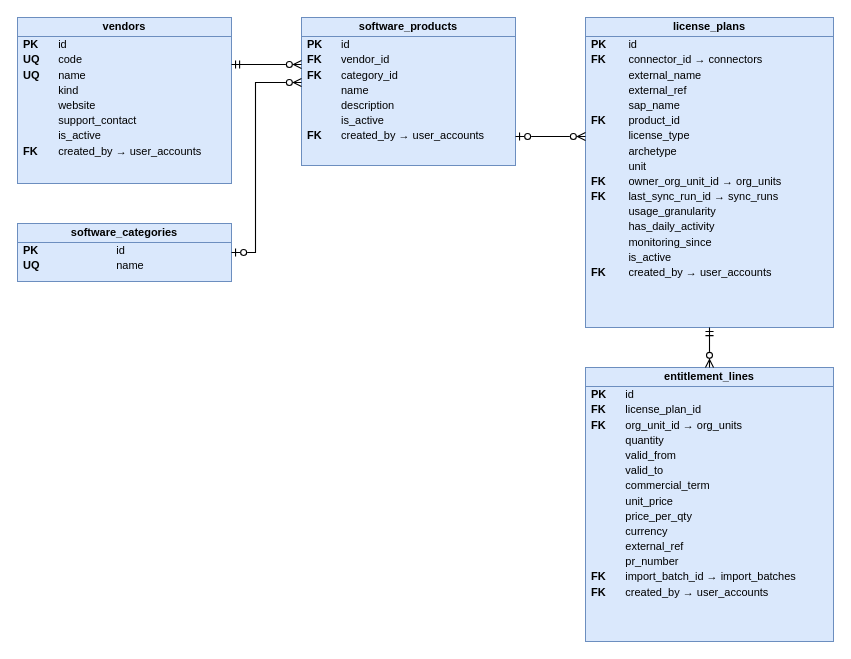
Above: docs/database/diagrams/erd_license_catalog.drawio in cuonglpv/VFast (draw.io), before the change. Source tidied: cells renumbered, new cells numbered last; positions are measured from the earlier drawing's top-left corner, leaving out a move shared by most shapes. Both pictures are drawn from the tidied source at 100%, with x=0, y=0 at pixel (17, 17).
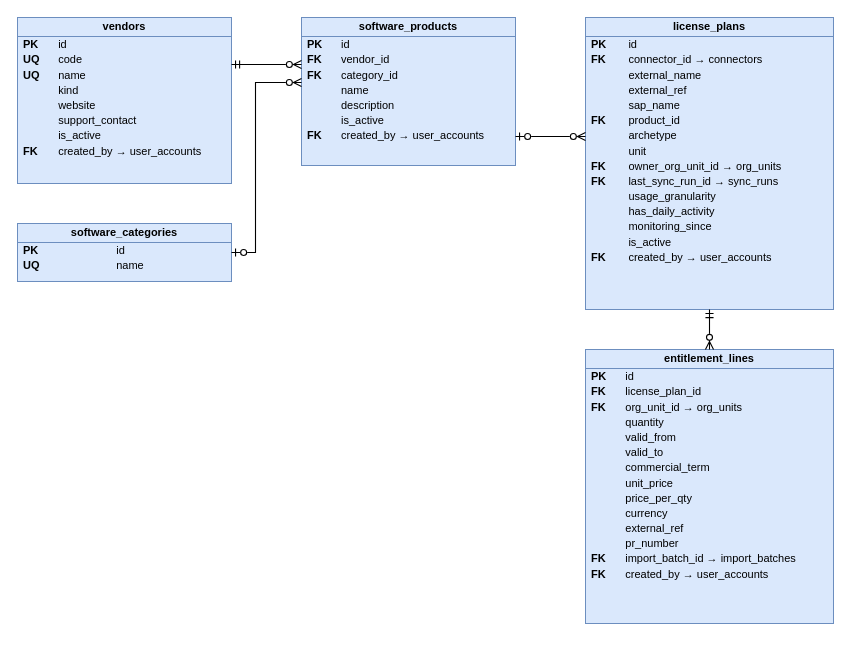
After the change.

Change to the diagram source:
```diff
@@
 <mxGraphModel>
   <root>
     <mxCell id="0" />
     <mxCell id="1" parent="0" />
     <mxCell id="2" value="&lt;div style=&quot;font-weight:bold;text-align:center;padding:3px 0;border-bottom:1px solid #6C8EBF;&quot;&gt;vendors&lt;/div&gt;&lt;table style=&quot;width:100%;font-size:11px;border-collapse:collapse;&quot;&gt;&lt;tr&gt;&lt;td style=&quot;padding:1px 8px 1px 6px;&quot;&gt;&lt;b&gt;PK&lt;/b&gt;&lt;/td&gt;&lt;td style=&quot;padding:1px 6px;&quot;&gt;id&lt;/td&gt;&lt;/tr&gt;&lt;tr&gt;&lt;td style=&quot;padding:1px 8px 1px 6px;&quot;&gt;&lt;b&gt;UQ&lt;/b&gt;&lt;/td&gt;&lt;td style=&quot;padding:1px 6px;&quot;&gt;code&lt;/td&gt;&lt;/tr&gt;&lt;tr&gt;&lt;td style=&quot;padding:1px 8px 1px 6px;&quot;&gt;&lt;b&gt;UQ&lt;/b&gt;&lt;/td&gt;&lt;td style=&quot;padding:1px 6px;&quot;&gt;name&lt;/td&gt;&lt;/tr&gt;&lt;tr&gt;&lt;td style=&quot;padding:1px 8px 1px 6px;&quot;&gt;&lt;b&gt;&lt;/b&gt;&lt;/td&gt;&lt;td style=&quot;padding:1px 6px;&quot;&gt;kind&lt;/td&gt;&lt;/tr&gt;&lt;tr&gt;&lt;td style=&quot;padding:1px 8px 1px 6px;&quot;&gt;&lt;b&gt;&lt;/b&gt;&lt;/td&gt;&lt;td style=&quot;padding:1px 6px;&quot;&gt;website&lt;/td&gt;&lt;/tr&gt;&lt;tr&gt;&lt;td style=&quot;padding:1px 8px 1px 6px;&quot;&gt;&lt;b&gt;&lt;/b&gt;&lt;/td&gt;&lt;td style=&quot;padding:1px 6px;&quot;&gt;support_contact&lt;/td&gt;&lt;/tr&gt;&lt;tr&gt;&lt;td style=&quot;padding:1px 8px 1px 6px;&quot;&gt;&lt;b&gt;&lt;/b&gt;&lt;/td&gt;&lt;td style=&quot;padding:1px 6px;&quot;&gt;is_active&lt;/td&gt;&lt;/tr&gt;&lt;tr&gt;&lt;td style=&quot;padding:1px 8px 1px 6px;&quot;&gt;&lt;b&gt;FK&lt;/b&gt;&lt;/td&gt;&lt;td style=&quot;padding:1px 6px;&quot;&gt;created_by → user_accounts&lt;/td&gt;&lt;/tr&gt;&lt;/table&gt;" style="rounded=0;whiteSpace=wrap;html=1;verticalAlign=top;align=left;spacing=0;overflow=fill;fillColor=#DAE8FC;strokeColor=#6C8EBF;fontSize=11;" parent="1" vertex="1">
       <mxGeometry width="214" height="166" as="geometry" />
     </mxCell>
     <mxCell id="3" value="&lt;div style=&quot;font-weight:bold;text-align:center;padding:3px 0;border-bottom:1px solid #6C8EBF;&quot;&gt;software_categories&lt;/div&gt;&lt;table style=&quot;width:100%;font-size:11px;border-collapse:collapse;&quot;&gt;&lt;tr&gt;&lt;td style=&quot;padding:1px 8px 1px 6px;&quot;&gt;&lt;b&gt;PK&lt;/b&gt;&lt;/td&gt;&lt;td style=&quot;padding:1px 6px;&quot;&gt;id&lt;/td&gt;&lt;/tr&gt;&lt;tr&gt;&lt;td style=&quot;padding:1px 8px 1px 6px;&quot;&gt;&lt;b&gt;UQ&lt;/b&gt;&lt;/td&gt;&lt;td style=&quot;padding:1px 6px;&quot;&gt;name&lt;/td&gt;&lt;/tr&gt;&lt;/table&gt;" style="rounded=0;whiteSpace=wrap;html=1;verticalAlign=top;align=left;spacing=0;overflow=fill;fillColor=#DAE8FC;strokeColor=#6C8EBF;fontSize=11;" parent="1" vertex="1">
       <mxGeometry y="206" width="214" height="58" as="geometry" />
     </mxCell>
     <mxCell id="4" value="&lt;div style=&quot;font-weight:bold;text-align:center;padding:3px 0;border-bottom:1px solid #6C8EBF;&quot;&gt;software_products&lt;/div&gt;&lt;table style=&quot;width:100%;font-size:11px;border-collapse:collapse;&quot;&gt;&lt;tr&gt;&lt;td style=&quot;padding:1px 8px 1px 6px;&quot;&gt;&lt;b&gt;PK&lt;/b&gt;&lt;/td&gt;&lt;td style=&quot;padding:1px 6px;&quot;&gt;id&lt;/td&gt;&lt;/tr&gt;&lt;tr&gt;&lt;td style=&quot;padding:1px 8px 1px 6px;&quot;&gt;&lt;b&gt;FK&lt;/b&gt;&lt;/td&gt;&lt;td style=&quot;padding:1px 6px;&quot;&gt;vendor_id&lt;/td&gt;&lt;/tr&gt;&lt;tr&gt;&lt;td style=&quot;padding:1px 8px 1px 6px;&quot;&gt;&lt;b&gt;FK&lt;/b&gt;&lt;/td&gt;&lt;td style=&quot;padding:1px 6px;&quot;&gt;category_id&lt;/td&gt;&lt;/tr&gt;&lt;tr&gt;&lt;td style=&quot;padding:1px 8px 1px 6px;&quot;&gt;&lt;b&gt;&lt;/b&gt;&lt;/td&gt;&lt;td style=&quot;padding:1px 6px;&quot;&gt;name&lt;/td&gt;&lt;/tr&gt;&lt;tr&gt;&lt;td style=&quot;padding:1px 8px 1px 6px;&quot;&gt;&lt;b&gt;&lt;/b&gt;&lt;/td&gt;&lt;td style=&quot;padding:1px 6px;&quot;&gt;description&lt;/td&gt;&lt;/tr&gt;&lt;tr&gt;&lt;td style=&quot;padding:1px 8px 1px 6px;&quot;&gt;&lt;b&gt;&lt;/b&gt;&lt;/td&gt;&lt;td style=&quot;padding:1px 6px;&quot;&gt;is_active&lt;/td&gt;&lt;/tr&gt;&lt;tr&gt;&lt;td style=&quot;padding:1px 8px 1px 6px;&quot;&gt;&lt;b&gt;FK&lt;/b&gt;&lt;/td&gt;&lt;td style=&quot;padding:1px 6px;&quot;&gt;created_by → user_accounts&lt;/td&gt;&lt;/tr&gt;&lt;/table&gt;" style="rounded=0;whiteSpace=wrap;html=1;verticalAlign=top;align=left;spacing=0;overflow=fill;fillColor=#DAE8FC;strokeColor=#6C8EBF;fontSize=11;" parent="1" vertex="1">
       <mxGeometry x="284" width="214" height="148" as="geometry" />
     </mxCell>
-    <mxCell id="5" value="&lt;div style=&quot;font-weight:bold;text-align:center;padding:3px 0;border-bottom:1px solid #6C8EBF;&quot;&gt;license_plans&lt;/div&gt;&lt;table style=&quot;width:100%;font-size:11px;border-collapse:collapse;&quot;&gt;&lt;tr&gt;&lt;td style=&quot;padding:1px 8px 1px 6px;&quot;&gt;&lt;b&gt;PK&lt;/b&gt;&lt;/td&gt;&lt;td style=&quot;padding:1px 6px;&quot;&gt;id&lt;/td&gt;&lt;/tr&gt;&lt;tr&gt;&lt;td style=&quot;padding:1px 8px 1px 6px;&quot;&gt;&lt;b&gt;FK&lt;/b&gt;&lt;/td&gt;&lt;td style=&quot;padding:1px 6px;&quot;&gt;connector_id → connectors&lt;/td&gt;&lt;/tr&gt;&lt;tr&gt;&lt;td style=&quot;padding:1px 8px 1px 6px;&quot;&gt;&lt;b&gt;&lt;/b&gt;&lt;/td&gt;&lt;td style=&quot;padding:1px 6px;&quot;&gt;external_name&lt;/td&gt;&lt;/tr&gt;&lt;tr&gt;&lt;td style=&quot;padding:1px 8px 1px 6px;&quot;&gt;&lt;b&gt;&lt;/b&gt;&lt;/td&gt;&lt;td style=&quot;padding:1px 6px;&quot;&gt;external_ref&lt;/td&gt;&lt;/tr&gt;&lt;tr&gt;&lt;td style=&quot;padding:1px 8px 1px 6px;&quot;&gt;&lt;b&gt;&lt;/b&gt;&lt;/td&gt;&lt;td style=&quot;padding:1px 6px;&quot;&gt;sap_name&lt;/td&gt;&lt;/tr&gt;&lt;tr&gt;&lt;td style=&quot;padding:1px 8px 1px 6px;&quot;&gt;&lt;b&gt;FK&lt;/b&gt;&lt;/td&gt;&lt;td style=&quot;padding:1px 6px;&quot;&gt;product_id&lt;/td&gt;&lt;/tr&gt;&lt;tr&gt;&lt;td style=&quot;padding:1px 8px 1px 6px;&quot;&gt;&lt;b&gt;&lt;/b&gt;&lt;/td&gt;&lt;td style=&quot;padding:1px 6px;&quot;&gt;license_type&lt;/td&gt;&lt;/tr&gt;&lt;tr&gt;&lt;td style=&quot;padding:1px 8px 1px 6px;&quot;&gt;&lt;b&gt;&lt;/b&gt;&lt;/td&gt;&lt;td style=&quot;padding:1px 6px;&quot;&gt;archetype&lt;/td&gt;&lt;/tr&gt;&lt;tr&gt;&lt;td style=&quot;padding:1px 8px 1px 6px;&quot;&gt;&lt;b&gt;&lt;/b&gt;&lt;/td&gt;&lt;td style=&quot;padding:1px 6px;&quot;&gt;unit&lt;/td&gt;&lt;/tr&gt;&lt;tr&gt;&lt;td style=&quot;padding:1px 8px 1px 6px;&quot;&gt;&lt;b&gt;FK&lt;/b&gt;&lt;/td&gt;&lt;td style=&quot;padding:1px 6px;&quot;&gt;owner_org_unit_id → org_units&lt;/td&gt;&lt;/tr&gt;&lt;tr&gt;&lt;td style=&quot;padding:1px 8px 1px 6px;&quot;&gt;&lt;b&gt;FK&lt;/b&gt;&lt;/td&gt;&lt;td style=&quot;padding:1px 6px;&quot;&gt;last_sync_run_id → sync_runs&lt;/td&gt;&lt;/tr&gt;&lt;tr&gt;&lt;td style=&quot;padding:1px 8px 1px 6px;&quot;&gt;&lt;b&gt;&lt;/b&gt;&lt;/td&gt;&lt;td style=&quot;padding:1px 6px;&quot;&gt;usage_granularity&lt;/td&gt;&lt;/tr&gt;&lt;tr&gt;&lt;td style=&quot;padding:1px 8px 1px 6px;&quot;&gt;&lt;b&gt;&lt;/b&gt;&lt;/td&gt;&lt;td style=&quot;padding:1px 6px;&quot;&gt;has_daily_activity&lt;/td&gt;&lt;/tr&gt;&lt;tr&gt;&lt;td style=&quot;padding:1px 8px 1px 6px;&quot;&gt;&lt;b&gt;&lt;/b&gt;&lt;/td&gt;&lt;td style=&quot;padding:1px 6px;&quot;&gt;monitoring_since&lt;/td&gt;&lt;/tr&gt;&lt;tr&gt;&lt;td style=&quot;padding:1px 8px 1px 6px;&quot;&gt;&lt;b&gt;&lt;/b&gt;&lt;/td&gt;&lt;td style=&quot;padding:1px 6px;&quot;&gt;is_active&lt;/td&gt;&lt;/tr&gt;&lt;tr&gt;&lt;td style=&quot;padding:1px 8px 1px 6px;&quot;&gt;&lt;b&gt;FK&lt;/b&gt;&lt;/td&gt;&lt;td style=&quot;padding:1px 6px;&quot;&gt;created_by → user_accounts&lt;/td&gt;&lt;/tr&gt;&lt;/table&gt;" style="rounded=0;whiteSpace=wrap;html=1;verticalAlign=top;align=left;spacing=0;overflow=fill;fillColor=#DAE8FC;strokeColor=#6C8EBF;fontSize=11;" parent="1" vertex="1">
-      <mxGeometry x="568" width="248" height="310" as="geometry" />
+    <mxCell id="5" value="&lt;div style=&quot;font-weight:bold;text-align:center;padding:3px 0;border-bottom:1px solid #6C8EBF;&quot;&gt;license_plans&lt;/div&gt;&lt;table style=&quot;width:100%;font-size:11px;border-collapse:collapse;&quot;&gt;&lt;tr&gt;&lt;td style=&quot;padding:1px 8px 1px 6px;&quot;&gt;&lt;b&gt;PK&lt;/b&gt;&lt;/td&gt;&lt;td style=&quot;padding:1px 6px;&quot;&gt;id&lt;/td&gt;&lt;/tr&gt;&lt;tr&gt;&lt;td style=&quot;padding:1px 8px 1px 6px;&quot;&gt;&lt;b&gt;FK&lt;/b&gt;&lt;/td&gt;&lt;td style=&quot;padding:1px 6px;&quot;&gt;connector_id → connectors&lt;/td&gt;&lt;/tr&gt;&lt;tr&gt;&lt;td style=&quot;padding:1px 8px 1px 6px;&quot;&gt;&lt;b&gt;&lt;/b&gt;&lt;/td&gt;&lt;td style=&quot;padding:1px 6px;&quot;&gt;external_name&lt;/td&gt;&lt;/tr&gt;&lt;tr&gt;&lt;td style=&quot;padding:1px 8px 1px 6px;&quot;&gt;&lt;b&gt;&lt;/b&gt;&lt;/td&gt;&lt;td style=&quot;padding:1px 6px;&quot;&gt;external_ref&lt;/td&gt;&lt;/tr&gt;&lt;tr&gt;&lt;td style=&quot;padding:1px 8px 1px 6px;&quot;&gt;&lt;b&gt;&lt;/b&gt;&lt;/td&gt;&lt;td style=&quot;padding:1px 6px;&quot;&gt;sap_name&lt;/td&gt;&lt;/tr&gt;&lt;tr&gt;&lt;td style=&quot;padding:1px 8px 1px 6px;&quot;&gt;&lt;b&gt;FK&lt;/b&gt;&lt;/td&gt;&lt;td style=&quot;padding:1px 6px;&quot;&gt;product_id&lt;/td&gt;&lt;/tr&gt;&lt;tr&gt;&lt;td style=&quot;padding:1px 8px 1px 6px;&quot;&gt;&lt;b&gt;&lt;/b&gt;&lt;/td&gt;&lt;td style=&quot;padding:1px 6px;&quot;&gt;archetype&lt;/td&gt;&lt;/tr&gt;&lt;tr&gt;&lt;td style=&quot;padding:1px 8px 1px 6px;&quot;&gt;&lt;b&gt;&lt;/b&gt;&lt;/td&gt;&lt;td style=&quot;padding:1px 6px;&quot;&gt;unit&lt;/td&gt;&lt;/tr&gt;&lt;tr&gt;&lt;td style=&quot;padding:1px 8px 1px 6px;&quot;&gt;&lt;b&gt;FK&lt;/b&gt;&lt;/td&gt;&lt;td style=&quot;padding:1px 6px;&quot;&gt;owner_org_unit_id → org_units&lt;/td&gt;&lt;/tr&gt;&lt;tr&gt;&lt;td style=&quot;padding:1px 8px 1px 6px;&quot;&gt;&lt;b&gt;FK&lt;/b&gt;&lt;/td&gt;&lt;td style=&quot;padding:1px 6px;&quot;&gt;last_sync_run_id → sync_runs&lt;/td&gt;&lt;/tr&gt;&lt;tr&gt;&lt;td style=&quot;padding:1px 8px 1px 6px;&quot;&gt;&lt;b&gt;&lt;/b&gt;&lt;/td&gt;&lt;td style=&quot;padding:1px 6px;&quot;&gt;usage_granularity&lt;/td&gt;&lt;/tr&gt;&lt;tr&gt;&lt;td style=&quot;padding:1px 8px 1px 6px;&quot;&gt;&lt;b&gt;&lt;/b&gt;&lt;/td&gt;&lt;td style=&quot;padding:1px 6px;&quot;&gt;has_daily_activity&lt;/td&gt;&lt;/tr&gt;&lt;tr&gt;&lt;td style=&quot;padding:1px 8px 1px 6px;&quot;&gt;&lt;b&gt;&lt;/b&gt;&lt;/td&gt;&lt;td style=&quot;padding:1px 6px;&quot;&gt;monitoring_since&lt;/td&gt;&lt;/tr&gt;&lt;tr&gt;&lt;td style=&quot;padding:1px 8px 1px 6px;&quot;&gt;&lt;b&gt;&lt;/b&gt;&lt;/td&gt;&lt;td style=&quot;padding:1px 6px;&quot;&gt;is_active&lt;/td&gt;&lt;/tr&gt;&lt;tr&gt;&lt;td style=&quot;padding:1px 8px 1px 6px;&quot;&gt;&lt;b&gt;FK&lt;/b&gt;&lt;/td&gt;&lt;td style=&quot;padding:1px 6px;&quot;&gt;created_by → user_accounts&lt;/td&gt;&lt;/tr&gt;&lt;/table&gt;" style="rounded=0;whiteSpace=wrap;html=1;verticalAlign=top;align=left;spacing=0;overflow=fill;fillColor=#DAE8FC;strokeColor=#6C8EBF;fontSize=11;" parent="1" vertex="1">
+      <mxGeometry x="568" width="248" height="292" as="geometry" />
     </mxCell>
     <mxCell id="6" value="&lt;div style=&quot;font-weight:bold;text-align:center;padding:3px 0;border-bottom:1px solid #6C8EBF;&quot;&gt;entitlement_lines&lt;/div&gt;&lt;table style=&quot;width:100%;font-size:11px;border-collapse:collapse;&quot;&gt;&lt;tr&gt;&lt;td style=&quot;padding:1px 8px 1px 6px;&quot;&gt;&lt;b&gt;PK&lt;/b&gt;&lt;/td&gt;&lt;td style=&quot;padding:1px 6px;&quot;&gt;id&lt;/td&gt;&lt;/tr&gt;&lt;tr&gt;&lt;td style=&quot;padding:1px 8px 1px 6px;&quot;&gt;&lt;b&gt;FK&lt;/b&gt;&lt;/td&gt;&lt;td style=&quot;padding:1px 6px;&quot;&gt;license_plan_id&lt;/td&gt;&lt;/tr&gt;&lt;tr&gt;&lt;td style=&quot;padding:1px 8px 1px 6px;&quot;&gt;&lt;b&gt;FK&lt;/b&gt;&lt;/td&gt;&lt;td style=&quot;padding:1px 6px;&quot;&gt;org_unit_id → org_units&lt;/td&gt;&lt;/tr&gt;&lt;tr&gt;&lt;td style=&quot;padding:1px 8px 1px 6px;&quot;&gt;&lt;b&gt;&lt;/b&gt;&lt;/td&gt;&lt;td style=&quot;padding:1px 6px;&quot;&gt;quantity&lt;/td&gt;&lt;/tr&gt;&lt;tr&gt;&lt;td style=&quot;padding:1px 8px 1px 6px;&quot;&gt;&lt;b&gt;&lt;/b&gt;&lt;/td&gt;&lt;td style=&quot;padding:1px 6px;&quot;&gt;valid_from&lt;/td&gt;&lt;/tr&gt;&lt;tr&gt;&lt;td style=&quot;padding:1px 8px 1px 6px;&quot;&gt;&lt;b&gt;&lt;/b&gt;&lt;/td&gt;&lt;td style=&quot;padding:1px 6px;&quot;&gt;valid_to&lt;/td&gt;&lt;/tr&gt;&lt;tr&gt;&lt;td style=&quot;padding:1px 8px 1px 6px;&quot;&gt;&lt;b&gt;&lt;/b&gt;&lt;/td&gt;&lt;td style=&quot;padding:1px 6px;&quot;&gt;commercial_term&lt;/td&gt;&lt;/tr&gt;&lt;tr&gt;&lt;td style=&quot;padding:1px 8px 1px 6px;&quot;&gt;&lt;b&gt;&lt;/b&gt;&lt;/td&gt;&lt;td style=&quot;padding:1px 6px;&quot;&gt;unit_price&lt;/td&gt;&lt;/tr&gt;&lt;tr&gt;&lt;td style=&quot;padding:1px 8px 1px 6px;&quot;&gt;&lt;b&gt;&lt;/b&gt;&lt;/td&gt;&lt;td style=&quot;padding:1px 6px;&quot;&gt;price_per_qty&lt;/td&gt;&lt;/tr&gt;&lt;tr&gt;&lt;td style=&quot;padding:1px 8px 1px 6px;&quot;&gt;&lt;b&gt;&lt;/b&gt;&lt;/td&gt;&lt;td style=&quot;padding:1px 6px;&quot;&gt;currency&lt;/td&gt;&lt;/tr&gt;&lt;tr&gt;&lt;td style=&quot;padding:1px 8px 1px 6px;&quot;&gt;&lt;b&gt;&lt;/b&gt;&lt;/td&gt;&lt;td style=&quot;padding:1px 6px;&quot;&gt;external_ref&lt;/td&gt;&lt;/tr&gt;&lt;tr&gt;&lt;td style=&quot;padding:1px 8px 1px 6px;&quot;&gt;&lt;b&gt;&lt;/b&gt;&lt;/td&gt;&lt;td style=&quot;padding:1px 6px;&quot;&gt;pr_number&lt;/td&gt;&lt;/tr&gt;&lt;tr&gt;&lt;td style=&quot;padding:1px 8px 1px 6px;&quot;&gt;&lt;b&gt;FK&lt;/b&gt;&lt;/td&gt;&lt;td style=&quot;padding:1px 6px;&quot;&gt;import_batch_id → import_batches&lt;/td&gt;&lt;/tr&gt;&lt;tr&gt;&lt;td style=&quot;padding:1px 8px 1px 6px;&quot;&gt;&lt;b&gt;FK&lt;/b&gt;&lt;/td&gt;&lt;td style=&quot;padding:1px 6px;&quot;&gt;created_by → user_accounts&lt;/td&gt;&lt;/tr&gt;&lt;/table&gt;" style="rounded=0;whiteSpace=wrap;html=1;verticalAlign=top;align=left;spacing=0;overflow=fill;fillColor=#DAE8FC;strokeColor=#6C8EBF;fontSize=11;" parent="1" vertex="1">
-      <mxGeometry x="568" y="350" width="248" height="274" as="geometry" />
+      <mxGeometry x="568" y="332" width="248" height="274" as="geometry" />
     </mxCell>
     <mxCell id="7" style="html=1;rounded=0;endArrow=ERzeroToMany;endFill=0;startArrow=ERmandOne;startFill=0;strokeColor=#000000;strokeWidth=1.1;" parent="1" edge="1">
       <mxGeometry relative="1" as="geometry">
         <mxPoint x="214" y="47" as="sourcePoint" />
         <mxPoint x="284" y="47" as="targetPoint" />
       </mxGeometry>
     </mxCell>
     <mxCell id="8" style="html=1;rounded=0;endArrow=ERzeroToMany;endFill=0;startArrow=ERzeroToOne;startFill=0;strokeColor=#000000;strokeWidth=1.1;" parent="1" edge="1">
       <mxGeometry relative="1" as="geometry">
         <mxPoint x="214" y="235" as="sourcePoint" />
         <mxPoint x="284" y="65" as="targetPoint" />
         <Array as="points">
           <mxPoint x="238" y="235" />
           <mxPoint x="238" y="65" />
         </Array>
       </mxGeometry>
     </mxCell>
     <mxCell id="9" style="html=1;rounded=0;endArrow=ERzeroToMany;endFill=0;startArrow=ERzeroToOne;startFill=0;strokeColor=#000000;strokeWidth=1.1;" parent="1" edge="1">
       <mxGeometry relative="1" as="geometry">
         <mxPoint x="498" y="119" as="sourcePoint" />
         <mxPoint x="568" y="119" as="targetPoint" />
       </mxGeometry>
     </mxCell>
     <mxCell id="10" style="html=1;rounded=0;endArrow=ERzeroToMany;endFill=0;startArrow=ERmandOne;startFill=0;strokeColor=#000000;strokeWidth=1.1;" parent="1" edge="1">
       <mxGeometry relative="1" as="geometry">
-        <mxPoint x="692" y="310" as="sourcePoint" />
-        <mxPoint x="692" y="350" as="targetPoint" />
+        <mxPoint x="692" y="292" as="sourcePoint" />
+        <mxPoint x="692" y="332" as="targetPoint" />
       </mxGeometry>
     </mxCell>
   </root>
 </mxGraphModel>
```
